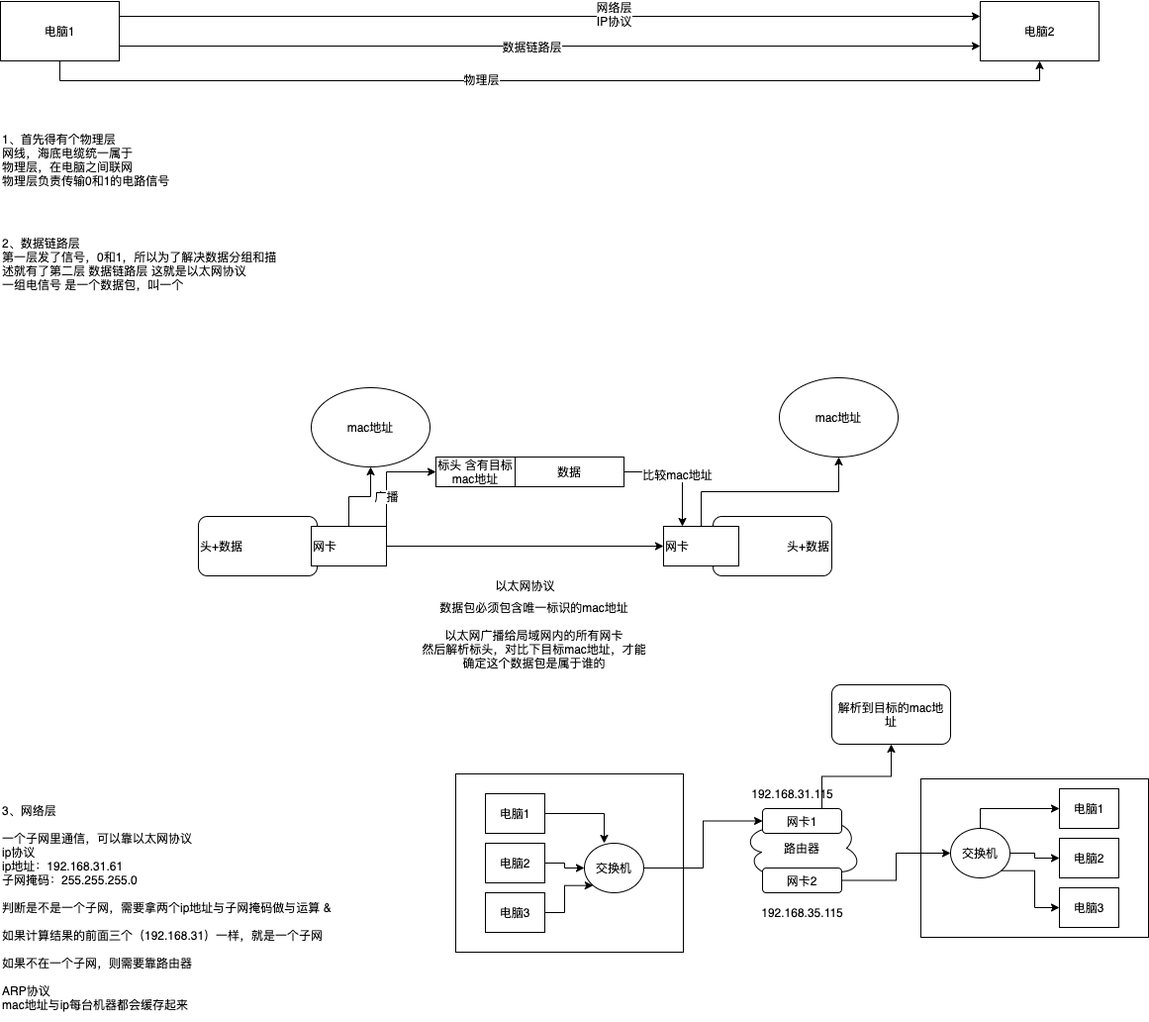
Earlier version of the draw.io export cs/tcp-ip-model.png (sivanbil/architecthure-diagram). Source tidied: cells renumbered, new cells last; positions are measured from the earlier drawing's top-left corner, leaving out a move shared by most shapes.
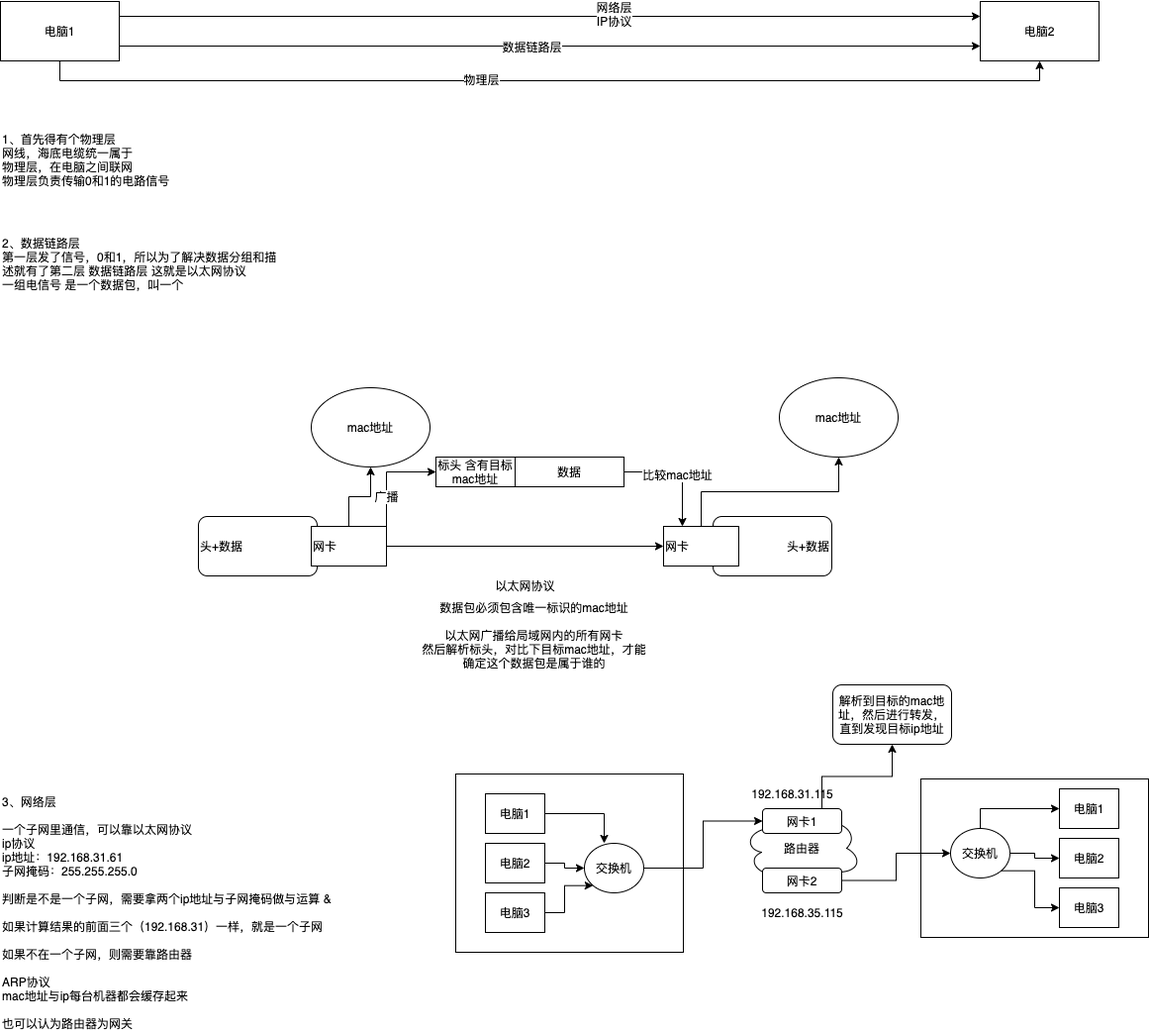
After the commit.

Diff of the diagram source:
```diff
@@ -83,8 +83,8 @@
     <mxCell id="28" value="数据" style="rounded=0;whiteSpace=wrap;html=1;align=center;" parent="1" vertex="1">
       <mxGeometry x="520" y="460" width="110" height="30" as="geometry" />
     </mxCell>
-    <mxCell id="29" value="3、网络层 &lt;br&gt;&lt;br&gt;一个子网里通信，可以靠以太网协议&lt;br&gt;ip协议&lt;br&gt;ip地址：192.168.31.61&lt;br&gt;子网掩码：255.255.255.0&lt;br&gt;&lt;br&gt;判断是不是一个子网，需要拿两个ip地址与子网掩码做与运算 &amp;amp;&lt;br&gt;&lt;br&gt;如果计算结果的前面三个（192.168.31）一样，就是一个子网&lt;br&gt;&lt;br&gt;如果不在一个子网，则需要靠路由器&lt;br&gt;&lt;br&gt;ARP协议&lt;br&gt;mac地址与ip每台机器都会缓存起来&lt;br&gt;" style="text;html=1;strokeColor=none;fillColor=none;align=left;verticalAlign=middle;whiteSpace=wrap;rounded=0;" parent="1" vertex="1">
-      <mxGeometry y="800" width="350" height="230" as="geometry" />
+    <mxCell id="29" value="3、网络层 &lt;br&gt;&lt;br&gt;一个子网里通信，可以靠以太网协议&lt;br&gt;ip协议&lt;br&gt;ip地址：192.168.31.61&lt;br&gt;子网掩码：255.255.255.0&lt;br&gt;&lt;br&gt;判断是不是一个子网，需要拿两个ip地址与子网掩码做与运算 &amp;amp;&lt;br&gt;&lt;br&gt;如果计算结果的前面三个（192.168.31）一样，就是一个子网&lt;br&gt;&lt;br&gt;如果不在一个子网，则需要靠路由器&lt;br&gt;&lt;br&gt;ARP协议&lt;br&gt;mac地址与ip每台机器都会缓存起来&lt;br&gt;&lt;br&gt;也可以认为路由器为网关" style="text;html=1;strokeColor=none;fillColor=none;align=left;verticalAlign=middle;whiteSpace=wrap;rounded=0;" parent="1" vertex="1">
+      <mxGeometry y="800" width="350" height="240" as="geometry" />
     </mxCell>
     <mxCell id="30" style="rounded=0;whiteSpace=wrap;html=1;align=center;" parent="1" vertex="1">
       <mxGeometry x="460" y="780" width="230" height="180" as="geometry" />
@@ -155,8 +155,8 @@
     <mxCell id="52" value="192.168.31.115" style="text;html=1;align=center;verticalAlign=middle;strokeColor=none;" parent="1" vertex="1">
       <mxGeometry x="750" y="790" width="100" height="20" as="geometry" />
     </mxCell>
-    <mxCell id="53" value="解析到目标的mac地址" style="rounded=1;whiteSpace=wrap;html=1;align=center;" parent="1" vertex="1">
-      <mxGeometry x="840" y="690" width="120" height="60" as="geometry" />
+    <mxCell id="53" value="解析到目标的mac地址，然后进行转发，直到发现目标ip地址" style="rounded=1;whiteSpace=wrap;html=1;align=center;" parent="1" vertex="1">
+      <mxGeometry x="841" y="690" width="120" height="60" as="geometry" />
     </mxCell>
     <mxCell id="54" value="192.168.35.115" style="text;html=1;align=center;verticalAlign=middle;strokeColor=none;" parent="1" vertex="1">
       <mxGeometry x="760" y="910" width="100" height="20" as="geometry" />
```
